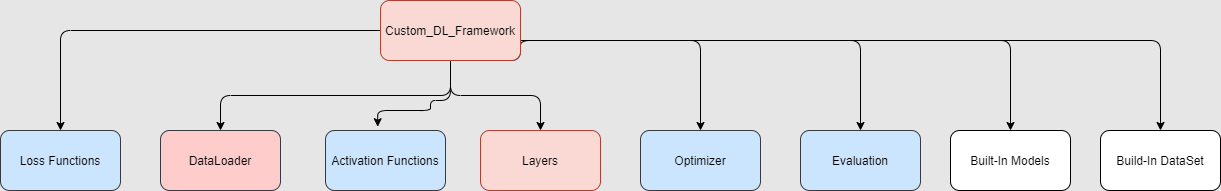
The draw.io diagram Custom_DL_Framework Project Diagram.png in EslamAsfour/PyEZNet, before a commit. Source tidied: cells renumbered, new cells last; positions are measured from the earlier drawing's top-left corner, leaving out a move shared by most shapes.
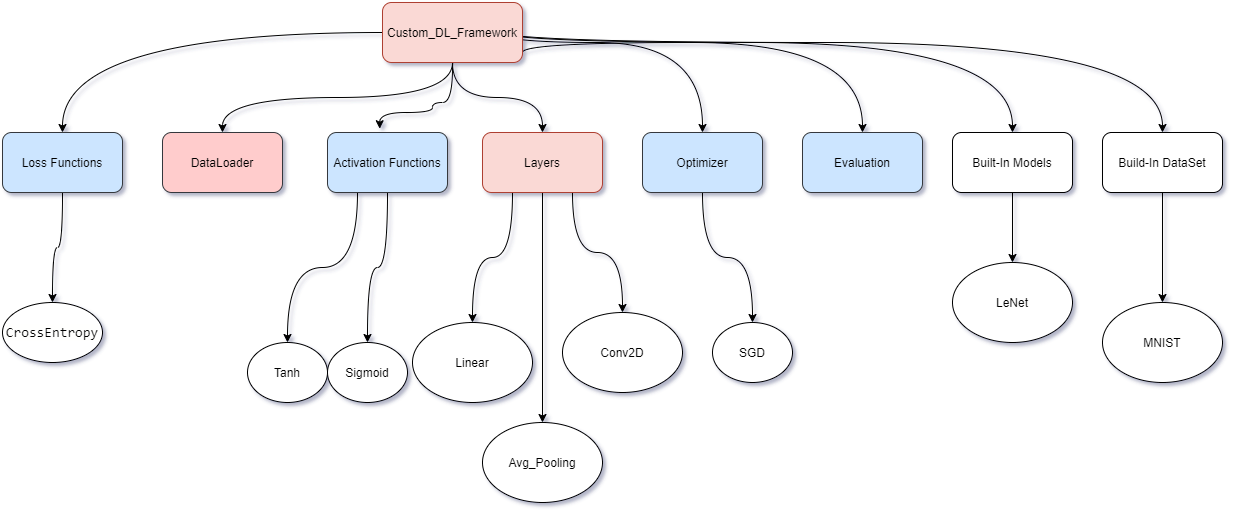
After the commit.

Diff of the diagram source:
```diff
@@ -1,14 +1,14 @@
-<mxGraphModel background="#E6E6E6">
+<mxGraphModel background="#ffffff" shadow="1">
   <root>
     <mxCell id="0" />
     <mxCell id="1" parent="0" />
-    <mxCell id="2" style="edgeStyle=orthogonalEdgeStyle;jettySize=auto;html=1;exitX=0.5;exitY=1;exitDx=0;exitDy=0;" parent="1" edge="1" source="11" target="3">
+    <mxCell id="2" style="edgeStyle=orthogonalEdgeStyle;jettySize=auto;html=1;exitX=0.5;exitY=1;exitDx=0;exitDy=0;curved=1;" parent="1" edge="1" source="11" target="3">
       <mxGeometry relative="1" as="geometry" />
     </mxCell>
     <mxCell id="3" value="DataLoader" style="whiteSpace=wrap;html=1;strokeColor=#36393d;fillColor=#ffcccc;rounded=1;" parent="1" vertex="1">
       <mxGeometry x="160" y="130" width="120" height="60" as="geometry" />
     </mxCell>
-    <mxCell id="4" style="edgeStyle=orthogonalEdgeStyle;jettySize=auto;html=1;exitX=1;exitY=0.5;exitDx=0;exitDy=0;entryX=0.435;entryY=-0.063;entryDx=0;entryDy=0;entryPerimeter=0;" parent="1" edge="1" source="11" target="12">
+    <mxCell id="4" style="edgeStyle=orthogonalEdgeStyle;jettySize=auto;html=1;exitX=1;exitY=0.5;exitDx=0;exitDy=0;entryX=0.435;entryY=-0.063;entryDx=0;entryDy=0;entryPerimeter=0;curved=1;" parent="1" edge="1" source="11" target="12">
       <mxGeometry relative="1" as="geometry">
         <Array as="points">
           <mxPoint x="450" y="30" />
@@ -19,13 +19,13 @@
         </Array>
       </mxGeometry>
     </mxCell>
-    <mxCell id="5" style="edgeStyle=orthogonalEdgeStyle;jettySize=auto;html=1;" parent="1" edge="1" source="11" target="13">
+    <mxCell id="5" style="edgeStyle=orthogonalEdgeStyle;jettySize=auto;html=1;curved=1;" parent="1" edge="1" source="11" target="13">
       <mxGeometry relative="1" as="geometry" />
     </mxCell>
-    <mxCell id="6" style="edgeStyle=orthogonalEdgeStyle;jettySize=auto;html=1;" parent="1" edge="1" source="11" target="14">
+    <mxCell id="6" style="edgeStyle=orthogonalEdgeStyle;jettySize=auto;html=1;curved=1;" parent="1" edge="1" source="11" target="14">
       <mxGeometry relative="1" as="geometry" />
     </mxCell>
-    <mxCell id="7" style="edgeStyle=orthogonalEdgeStyle;jettySize=auto;html=1;exitX=1;exitY=0.25;exitDx=0;exitDy=0;" parent="1" edge="1" source="11" target="15">
+    <mxCell id="7" style="edgeStyle=orthogonalEdgeStyle;jettySize=auto;html=1;exitX=1;exitY=0.25;exitDx=0;exitDy=0;curved=1;" parent="1" edge="1" source="11" target="15">
       <mxGeometry relative="1" as="geometry">
         <Array as="points">
           <mxPoint x="490" y="40" />
@@ -33,7 +33,7 @@
         </Array>
       </mxGeometry>
     </mxCell>
-    <mxCell id="8" style="edgeStyle=orthogonalEdgeStyle;jettySize=auto;html=1;exitX=0.75;exitY=1;exitDx=0;exitDy=0;entryX=0.5;entryY=0;entryDx=0;entryDy=0;" parent="1" edge="1" source="11" target="16">
+    <mxCell id="8" style="edgeStyle=orthogonalEdgeStyle;jettySize=auto;html=1;exitX=0.75;exitY=1;exitDx=0;exitDy=0;entryX=0.5;entryY=0;entryDx=0;entryDy=0;curved=1;" parent="1" edge="1" source="11" target="16">
       <mxGeometry relative="1" as="geometry">
         <Array as="points">
           <mxPoint x="520" y="60" />
@@ -42,7 +42,7 @@
         </Array>
       </mxGeometry>
     </mxCell>
-    <mxCell id="9" style="edgeStyle=orthogonalEdgeStyle;jettySize=auto;html=1;exitX=1;exitY=0.25;exitDx=0;exitDy=0;entryX=0.5;entryY=0;entryDx=0;entryDy=0;" parent="1" edge="1" source="11" target="17">
+    <mxCell id="9" style="edgeStyle=orthogonalEdgeStyle;jettySize=auto;html=1;exitX=1;exitY=0.25;exitDx=0;exitDy=0;entryX=0.5;entryY=0;entryDx=0;entryDy=0;curved=1;" parent="1" edge="1" source="11" target="17">
       <mxGeometry relative="1" as="geometry">
         <Array as="points">
           <mxPoint x="490" y="40" />
@@ -50,7 +50,7 @@
         </Array>
       </mxGeometry>
     </mxCell>
-    <mxCell id="10" style="edgeStyle=orthogonalEdgeStyle;jettySize=auto;html=1;exitX=1;exitY=0.25;exitDx=0;exitDy=0;entryX=0.5;entryY=0;entryDx=0;entryDy=0;" parent="1" edge="1" source="11" target="18">
+    <mxCell id="10" style="edgeStyle=orthogonalEdgeStyle;jettySize=auto;html=1;exitX=1;exitY=0.25;exitDx=0;exitDy=0;entryX=0.5;entryY=0;entryDx=0;entryDy=0;curved=1;" parent="1" edge="1" source="11" target="18">
       <mxGeometry relative="1" as="geometry">
         <Array as="points">
           <mxPoint x="490" y="40" />
@@ -61,26 +61,80 @@
     <mxCell id="11" value="&lt;span&gt;Custom_DL_Framework&lt;/span&gt;" style="whiteSpace=wrap;html=1;fillColor=#fad9d5;strokeColor=#ae4132;rounded=1;" parent="1" vertex="1">
       <mxGeometry x="380" width="140" height="60" as="geometry" />
     </mxCell>
+    <mxCell id="19" style="edgeStyle=orthogonalEdgeStyle;rounded=0;jettySize=auto;html=1;exitX=0.25;exitY=1;exitDx=0;exitDy=0;entryX=0.5;entryY=0;entryDx=0;entryDy=0;curved=1;" parent="1" edge="1" source="12" target="31">
+      <mxGeometry relative="1" as="geometry" />
+    </mxCell>
+    <mxCell id="20" style="edgeStyle=orthogonalEdgeStyle;rounded=0;jettySize=auto;html=1;exitX=0.5;exitY=1;exitDx=0;exitDy=0;curved=1;" parent="1" edge="1" source="12" target="32">
+      <mxGeometry relative="1" as="geometry" />
+    </mxCell>
     <mxCell id="12" value="Activation Functions" style="whiteSpace=wrap;html=1;fillColor=#cce5ff;strokeColor=#36393d;rounded=1;" parent="1" vertex="1">
       <mxGeometry x="325" y="130" width="120" height="60" as="geometry" />
     </mxCell>
+    <mxCell id="21" style="edgeStyle=orthogonalEdgeStyle;curved=1;rounded=0;jettySize=auto;html=1;entryX=0.5;entryY=0;entryDx=0;entryDy=0;" parent="1" edge="1" source="13" target="35">
+      <mxGeometry relative="1" as="geometry" />
+    </mxCell>
     <mxCell id="13" value="&lt;span&gt;Loss Functions&lt;br&gt;&lt;/span&gt;" style="whiteSpace=wrap;html=1;fillColor=#cce5ff;strokeColor=#36393d;rounded=1;" parent="1" vertex="1">
       <mxGeometry y="130" width="120" height="60" as="geometry" />
     </mxCell>
+    <mxCell id="22" style="edgeStyle=orthogonalEdgeStyle;rounded=0;jettySize=auto;html=1;exitX=0.75;exitY=1;exitDx=0;exitDy=0;entryX=0.5;entryY=0;entryDx=0;entryDy=0;curved=1;" parent="1" edge="1" source="14" target="28">
+      <mxGeometry relative="1" as="geometry" />
+    </mxCell>
+    <mxCell id="23" style="edgeStyle=orthogonalEdgeStyle;rounded=0;jettySize=auto;html=1;exitX=0.25;exitY=1;exitDx=0;exitDy=0;entryX=0.5;entryY=0;entryDx=0;entryDy=0;curved=1;" parent="1" edge="1" source="14" target="29">
+      <mxGeometry relative="1" as="geometry" />
+    </mxCell>
+    <mxCell id="24" style="edgeStyle=orthogonalEdgeStyle;rounded=0;jettySize=auto;html=1;exitX=0.5;exitY=1;exitDx=0;exitDy=0;entryX=0.5;entryY=0;entryDx=0;entryDy=0;curved=1;" parent="1" edge="1" source="14" target="30">
+      <mxGeometry relative="1" as="geometry" />
+    </mxCell>
     <mxCell id="14" value="&lt;span&gt;Layers&lt;/span&gt;" style="whiteSpace=wrap;html=1;fillColor=#fad9d5;strokeColor=#ae4132;rounded=1;" parent="1" vertex="1">
       <mxGeometry x="480" y="130" width="120" height="60" as="geometry" />
     </mxCell>
+    <mxCell id="25" style="edgeStyle=orthogonalEdgeStyle;curved=1;rounded=0;jettySize=auto;html=1;exitX=0.5;exitY=1;exitDx=0;exitDy=0;entryX=0.5;entryY=0;entryDx=0;entryDy=0;" parent="1" edge="1" source="15" target="36">
+      <mxGeometry relative="1" as="geometry" />
+    </mxCell>
     <mxCell id="15" value="Optimizer" style="whiteSpace=wrap;html=1;fillColor=#cce5ff;strokeColor=#36393d;rounded=1;" parent="1" vertex="1">
       <mxGeometry x="640" y="130" width="120" height="60" as="geometry" />
     </mxCell>
     <mxCell id="16" value="Evaluation" style="whiteSpace=wrap;html=1;fillColor=#cce5ff;strokeColor=#36393d;rounded=1;" parent="1" vertex="1">
       <mxGeometry x="800" y="130" width="120" height="60" as="geometry" />
     </mxCell>
+    <mxCell id="26" style="edgeStyle=orthogonalEdgeStyle;rounded=0;jettySize=auto;html=1;curved=1;" parent="1" edge="1" source="17" target="34">
+      <mxGeometry relative="1" as="geometry" />
+    </mxCell>
     <mxCell id="17" value="Built-In Models" style="whiteSpace=wrap;html=1;rounded=1;" parent="1" vertex="1">
       <mxGeometry x="950" y="130" width="120" height="60" as="geometry" />
     </mxCell>
+    <mxCell id="27" style="edgeStyle=orthogonalEdgeStyle;rounded=0;jettySize=auto;html=1;exitX=0.5;exitY=1;exitDx=0;exitDy=0;entryX=0.5;entryY=0;entryDx=0;entryDy=0;curved=1;" parent="1" edge="1" source="18" target="33">
+      <mxGeometry relative="1" as="geometry" />
+    </mxCell>
     <mxCell id="18" value="Build-In DataSet" style="whiteSpace=wrap;html=1;rounded=1;" parent="1" vertex="1">
       <mxGeometry x="1100" y="130" width="120" height="60" as="geometry" />
     </mxCell>
+    <mxCell id="28" value="Conv2D" style="ellipse;whiteSpace=wrap;html=1;" parent="1" vertex="1">
+      <mxGeometry x="560" y="310" width="120" height="80" as="geometry" />
+    </mxCell>
+    <mxCell id="29" value="Linear" style="ellipse;whiteSpace=wrap;html=1;" parent="1" vertex="1">
+      <mxGeometry x="410" y="320" width="120" height="80" as="geometry" />
+    </mxCell>
+    <mxCell id="30" value="Avg_Pooling" style="ellipse;whiteSpace=wrap;html=1;" parent="1" vertex="1">
+      <mxGeometry x="480" y="420" width="120" height="80" as="geometry" />
+    </mxCell>
+    <mxCell id="31" value="Tanh" style="ellipse;whiteSpace=wrap;html=1;" parent="1" vertex="1">
+      <mxGeometry x="245" y="340" width="80" height="60" as="geometry" />
+    </mxCell>
+    <mxCell id="32" value="Sigmoid" style="ellipse;whiteSpace=wrap;html=1;" parent="1" vertex="1">
+      <mxGeometry x="325" y="340" width="80" height="60" as="geometry" />
+    </mxCell>
+    <mxCell id="33" value="MNIST" style="ellipse;whiteSpace=wrap;html=1;" parent="1" vertex="1">
+      <mxGeometry x="1100" y="300" width="120" height="80" as="geometry" />
+    </mxCell>
+    <mxCell id="34" value="LeNet" style="ellipse;whiteSpace=wrap;html=1;rounded=1;" parent="1" vertex="1">
+      <mxGeometry x="950" y="260" width="120" height="80" as="geometry" />
+    </mxCell>
+    <mxCell id="35" value="&lt;span style=&quot;font-family: monospace , &amp;#34;consolas&amp;#34; , &amp;#34;courier new&amp;#34; , monospace ; font-size: 14px ; background-color: rgb(255 , 255 , 254)&quot;&gt;CrossEntropy&lt;/span&gt;" style="ellipse;whiteSpace=wrap;html=1;" parent="1" vertex="1">
+      <mxGeometry y="300" width="100" height="60" as="geometry" />
+    </mxCell>
+    <mxCell id="36" value="SGD" style="ellipse;whiteSpace=wrap;html=1;" parent="1" vertex="1">
+      <mxGeometry x="710" y="320" width="80" height="60" as="geometry" />
+    </mxCell>
   </root>
 </mxGraphModel>
```
